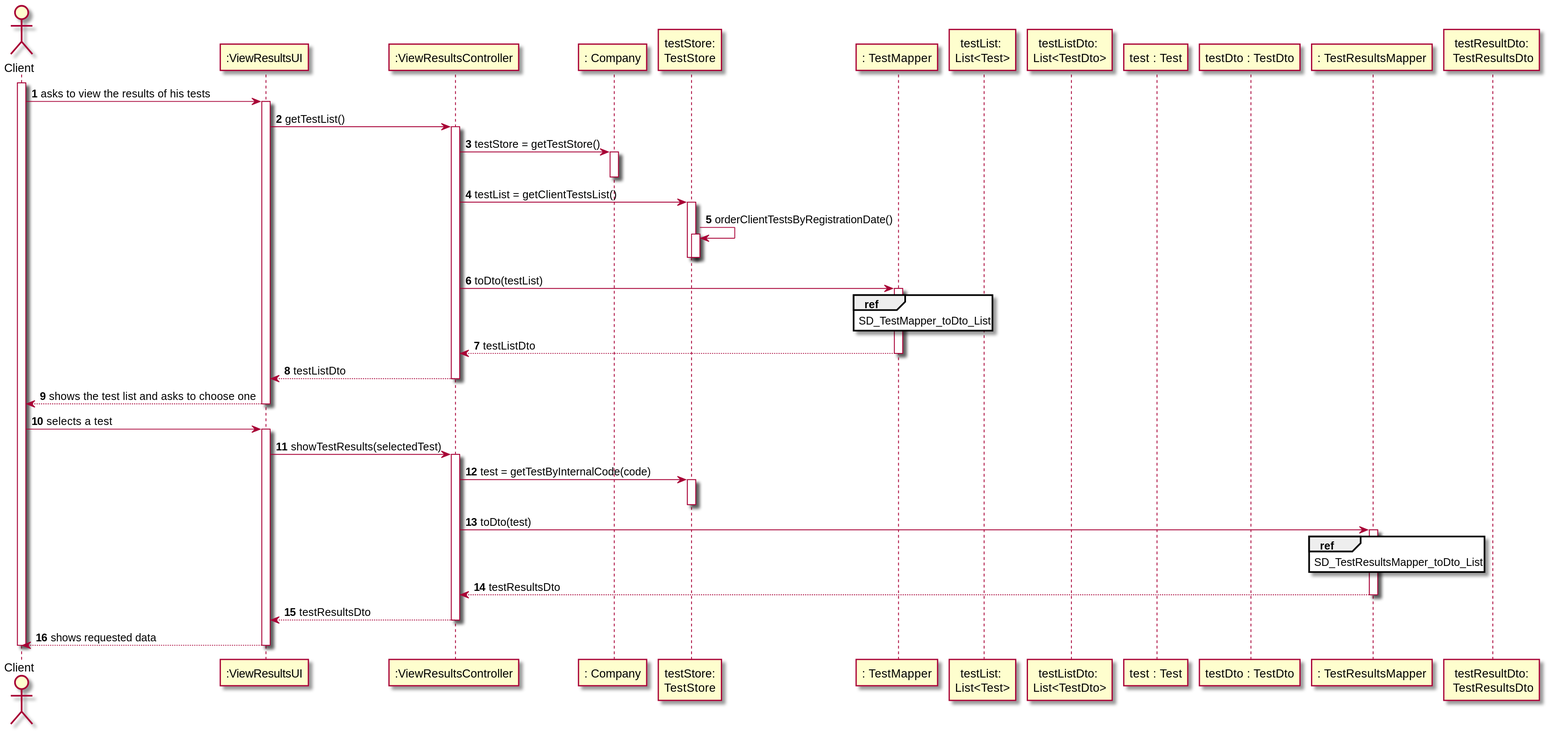
Above: docs/SprintD/US01/US1_SD.svg in manu-07-ela/LAPR2_ISEP (PlantUML), before the change.
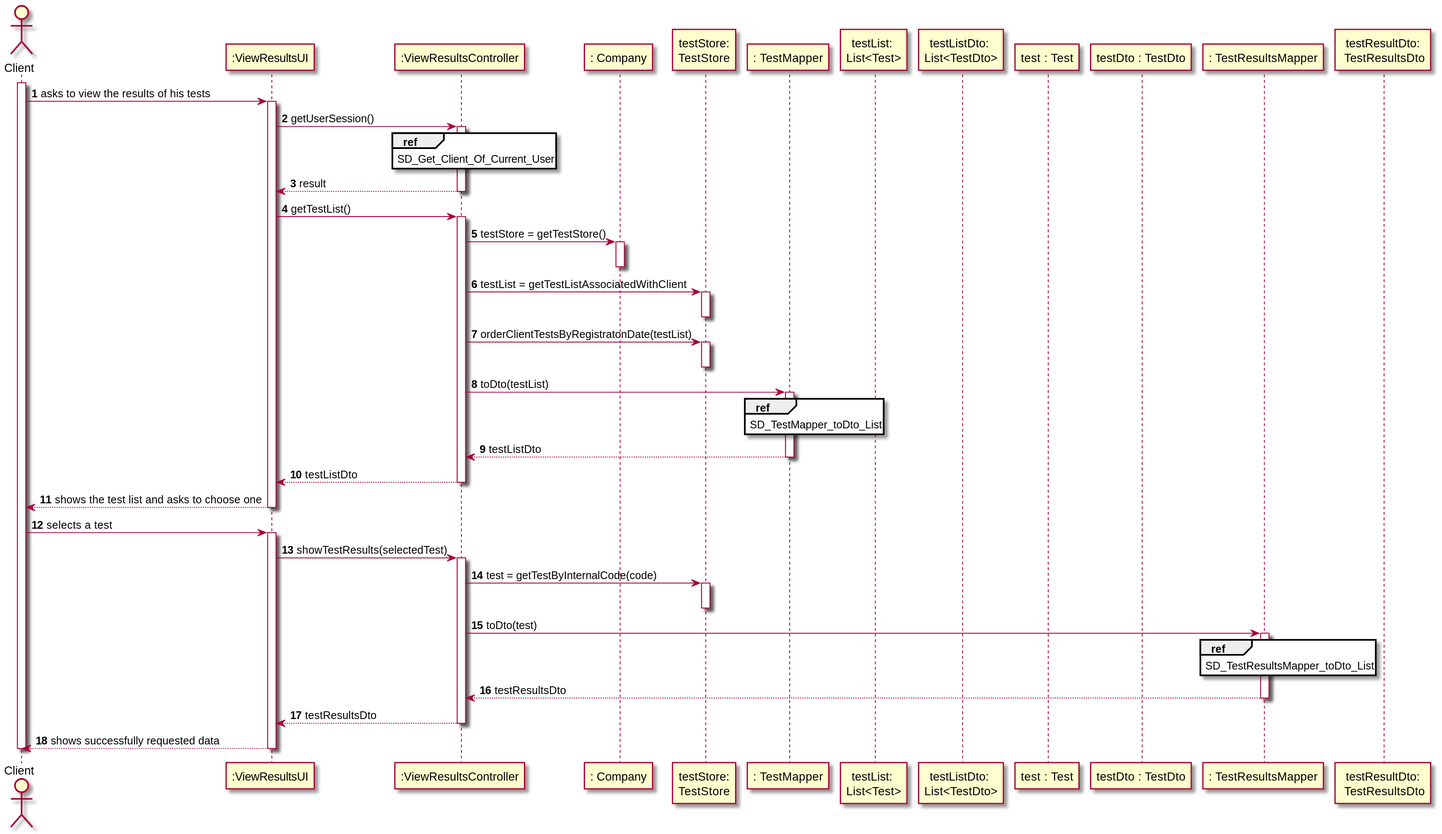
After the commit.

What changed in the source:
```diff
@@ -18,17 +18,23 @@
 CL -> UI : asks to view the results of his tests
 activate UI
 
-
+UI -> CTRL : getUserSession()
+activate CTRL
+ref over CTRL
+SD_Get_Client_Of_Current_User
+end ref
+CTRL --> UI : result
+deactivate CTRL
 UI -> CTRL : getTestList()
 activate CTRL
 CTRL -> Comp : testStore = getTestStore()
 activate Comp
 deactivate Comp
-CTRL -> TS : testList = getClientTestsList()
-activate TS
-TS -> TS : orderClientTestsByRegistrationDate()
+CTRL -> TS : testList = getTestListAssociatedWithClient
 activate TS
 deactivate TS
+CTRL -> TS : orderClientTestsByRegistratonDate(testList)
+activate TS
 deactivate TS
 CTRL -> tMAPPER : toDto(testList)
 activate tMAPPER
@@ -60,7 +66,7 @@
 CTRL --> UI : testResultsDto
 deactivate CTRL
 deactivate CTRL
-UI --> CL : shows requested data
+UI --> CL : shows successfully requested data
 deactivate UI
 deactivate UI
 deactivate CL
```
